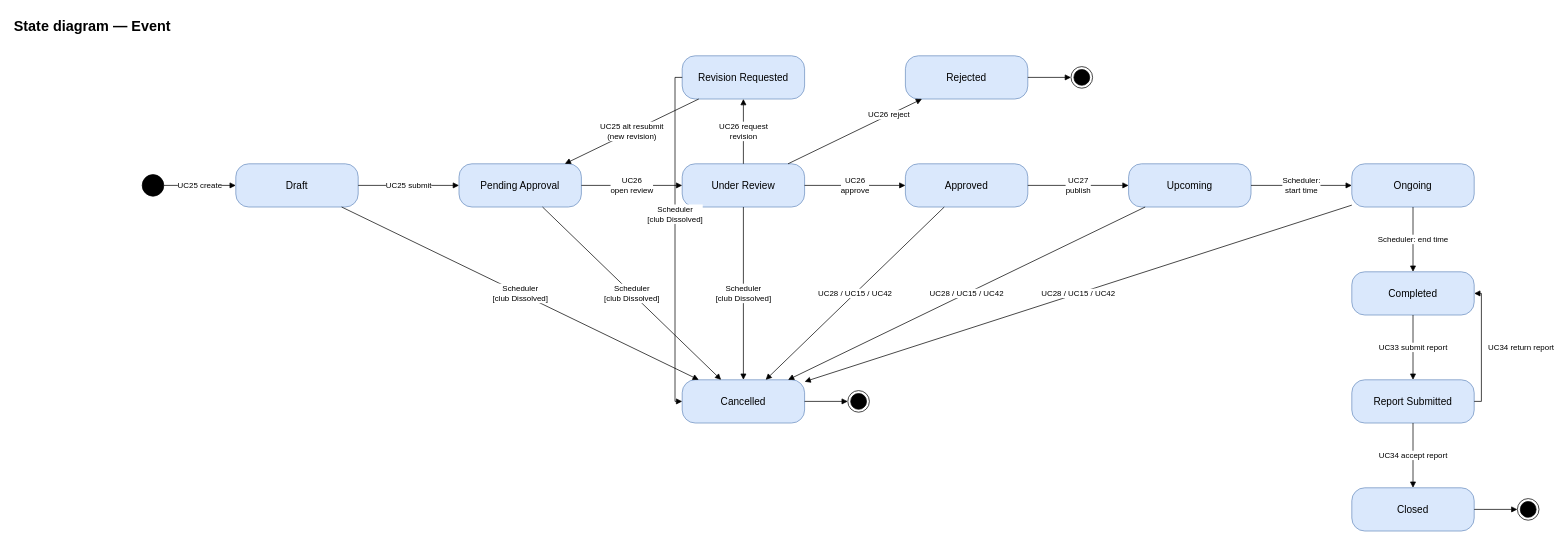
The draw.io diagram page "Event" (6 of 8) of docs/diagrams/UCMS_State_Diagrams.drawio in nvdekay/ClubManagementSystem, before the edit. Source tidied: cells renumbered, new cells numbered last; positions are measured from the earlier drawing's top-left corner, leaving out a move shared by most shapes. Both pictures are drawn from the tidied source at 72%, with x=0, y=0 at pixel (12, 12).
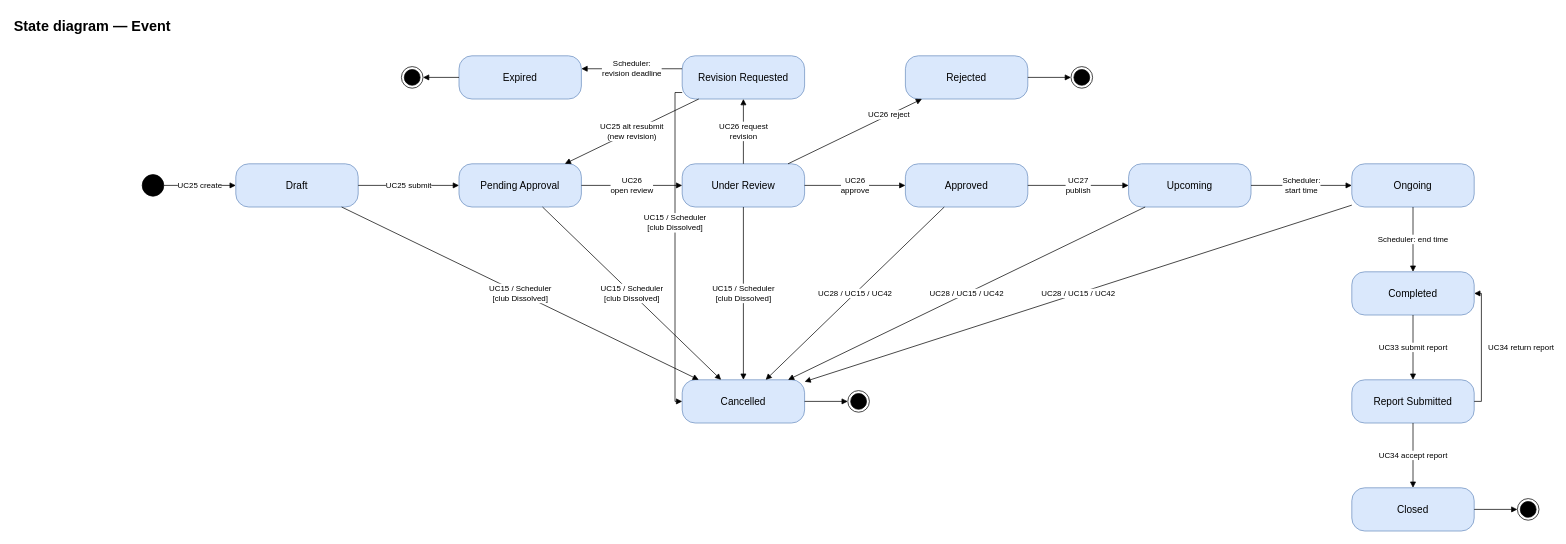
The same page after the edit.

The change refers to these unchanged cells:
```xml
<mxCell id="3" value="Revision Requested" style="rounded=1;arcSize=30;whiteSpace=wrap;html=1;fillColor=#dae8fc;strokeColor=#6c8ebf;fontSize=14;" parent="1" vertex="1">
  <mxGeometry x="930" y="60" width="170" height="60" as="geometry" />
</mxCell>
<mxCell id="5" value="Draft" style="rounded=1;arcSize=30;whiteSpace=wrap;html=1;fillColor=#dae8fc;strokeColor=#6c8ebf;fontSize=14;" parent="1" vertex="1">
  <mxGeometry x="310" y="210" width="170" height="60" as="geometry" />
</mxCell>
<mxCell id="6" value="Pending Approval" style="rounded=1;arcSize=30;whiteSpace=wrap;html=1;fillColor=#dae8fc;strokeColor=#6c8ebf;fontSize=14;" parent="1" vertex="1">
  <mxGeometry x="620" y="210" width="170" height="60" as="geometry" />
</mxCell>
<mxCell id="7" value="Under Review" style="rounded=1;arcSize=30;whiteSpace=wrap;html=1;fillColor=#dae8fc;strokeColor=#6c8ebf;fontSize=14;" parent="1" vertex="1">
  <mxGeometry x="930" y="210" width="170" height="60" as="geometry" />
</mxCell>
<mxCell id="14" value="Cancelled" style="rounded=1;arcSize=30;whiteSpace=wrap;html=1;fillColor=#dae8fc;strokeColor=#6c8ebf;fontSize=14;" parent="1" vertex="1">
  <mxGeometry x="930" y="510" width="170" height="60" as="geometry" />
</mxCell>
```

Diff of the diagram source:
```diff
@@
-    <mxCell id="38" value="Scheduler&lt;br&gt;[club Dissolved]" style="endArrow=block;endFill=1;html=1;rounded=0;fontSize=11;labelBackgroundColor=#ffffff;" parent="1" edge="1" source="5" target="14">
+    <mxCell id="38" value="UC15 / Scheduler&lt;br&gt;[club Dissolved]" style="endArrow=block;endFill=1;html=1;rounded=0;fontSize=11;labelBackgroundColor=#ffffff;" parent="1" edge="1" source="5" target="14">
       <mxGeometry relative="1" as="geometry" />
     </mxCell>
-    <mxCell id="39" value="Scheduler&lt;br&gt;[club Dissolved]" style="endArrow=block;endFill=1;html=1;rounded=0;fontSize=11;labelBackgroundColor=#ffffff;" parent="1" edge="1" source="6" target="14">
+    <mxCell id="39" value="UC15 / Scheduler&lt;br&gt;[club Dissolved]" style="endArrow=block;endFill=1;html=1;rounded=0;fontSize=11;labelBackgroundColor=#ffffff;" parent="1" edge="1" source="6" target="14">
       <mxGeometry relative="1" as="geometry" />
     </mxCell>
-    <mxCell id="40" value="Scheduler&lt;br&gt;[club Dissolved]" style="endArrow=block;endFill=1;html=1;rounded=0;fontSize=11;labelBackgroundColor=#ffffff;" parent="1" edge="1" source="7" target="14">
+    <mxCell id="40" value="UC15 / Scheduler&lt;br&gt;[club Dissolved]" style="endArrow=block;endFill=1;html=1;rounded=0;fontSize=11;labelBackgroundColor=#ffffff;" parent="1" edge="1" source="7" target="14">
       <mxGeometry relative="1" as="geometry" />
     </mxCell>
-    <mxCell id="41" value="Scheduler&lt;br&gt;[club Dissolved]" style="endArrow=block;endFill=1;html=1;rounded=0;fontSize=11;labelBackgroundColor=#ffffff;exitX=0;exitY=0.5;entryX=0;entryY=0.5;edgeStyle=orthogonalEdgeStyle;" parent="1" edge="1" source="3" target="14">
+    <mxCell id="41" value="UC15 / Scheduler&lt;br&gt;[club Dissolved]" style="endArrow=block;endFill=1;html=1;rounded=0;fontSize=11;labelBackgroundColor=#ffffff;exitX=0;exitY=0.85;entryX=0;entryY=0.5;edgeStyle=orthogonalEdgeStyle;" parent="1" edge="1" source="3" target="14">
       <mxGeometry x="-0.15" relative="1" as="geometry" />
     </mxCell>
+    <mxCell id="42" value="Expired" style="rounded=1;arcSize=30;whiteSpace=wrap;html=1;fillColor=#dae8fc;strokeColor=#6c8ebf;fontSize=14;" parent="1" vertex="1">
+      <mxGeometry x="620" y="60" width="170" height="60" as="geometry" />
+    </mxCell>
+    <mxCell id="43" style="ellipse;html=1;shape=endState;fillColor=#000000;strokeColor=#000000;" parent="1" vertex="1">
+      <mxGeometry x="540" y="75" width="30" height="30" as="geometry" />
+    </mxCell>
+    <mxCell id="44" value="Scheduler:&lt;br&gt;revision deadline" style="endArrow=block;endFill=1;html=1;rounded=0;fontSize=11;labelBackgroundColor=#ffffff;exitX=0;exitY=0.3;entryX=1;entryY=0.3;" parent="1" edge="1" source="3" target="42">
+      <mxGeometry relative="1" as="geometry" />
+    </mxCell>
+    <mxCell id="45" style="endArrow=block;endFill=1;html=1;rounded=0;fontSize=11;labelBackgroundColor=#ffffff;" parent="1" edge="1" source="42" target="43">
+      <mxGeometry relative="1" as="geometry" />
+    </mxCell>
```
